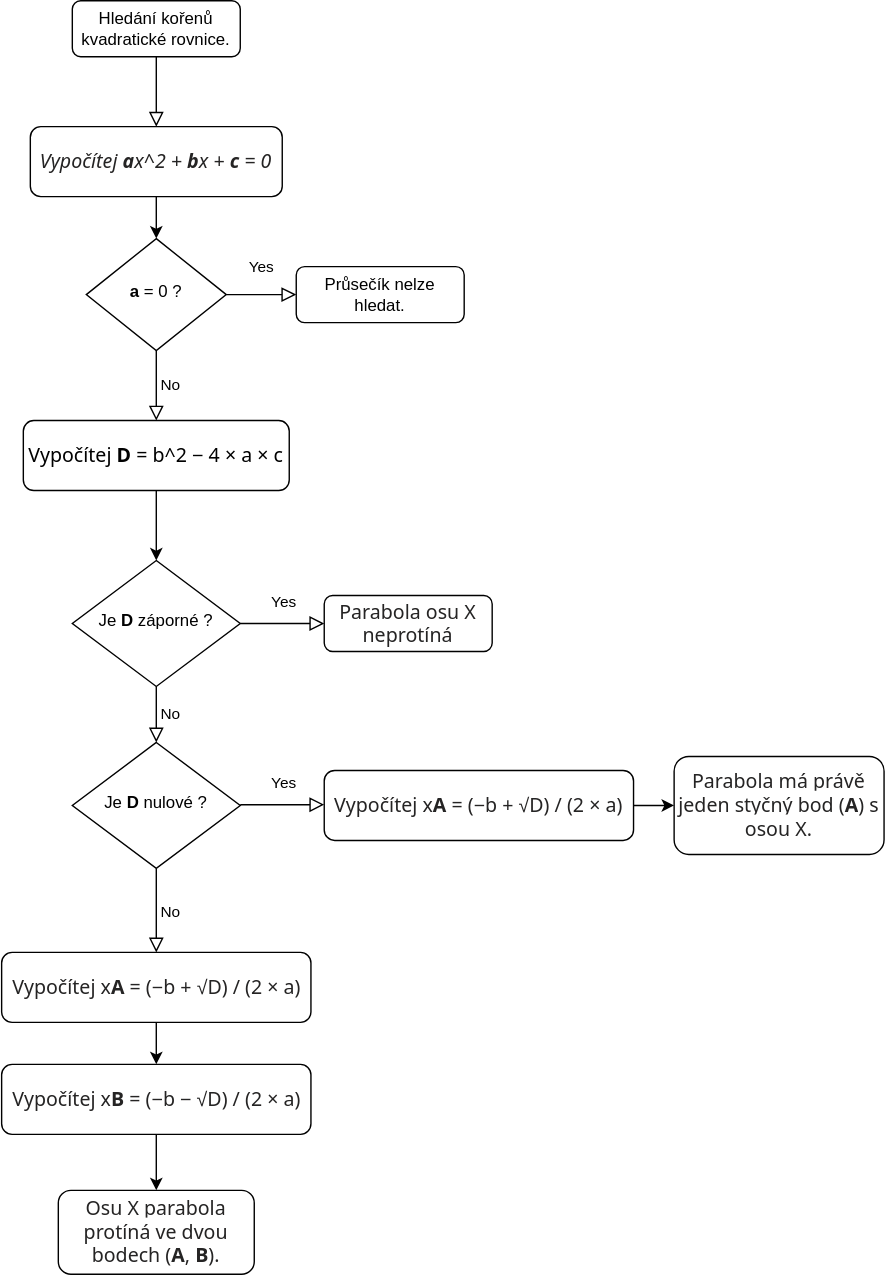
This is temp/PetrHonzejk.flowchart3.test.svg from PetrHonzejk/diagrams.net, a draw.io export, as it was before one commit. Source tidied: cells renumbered, new cells last; positions are measured from the earlier drawing's top-left corner, leaving out a move shared by most shapes.
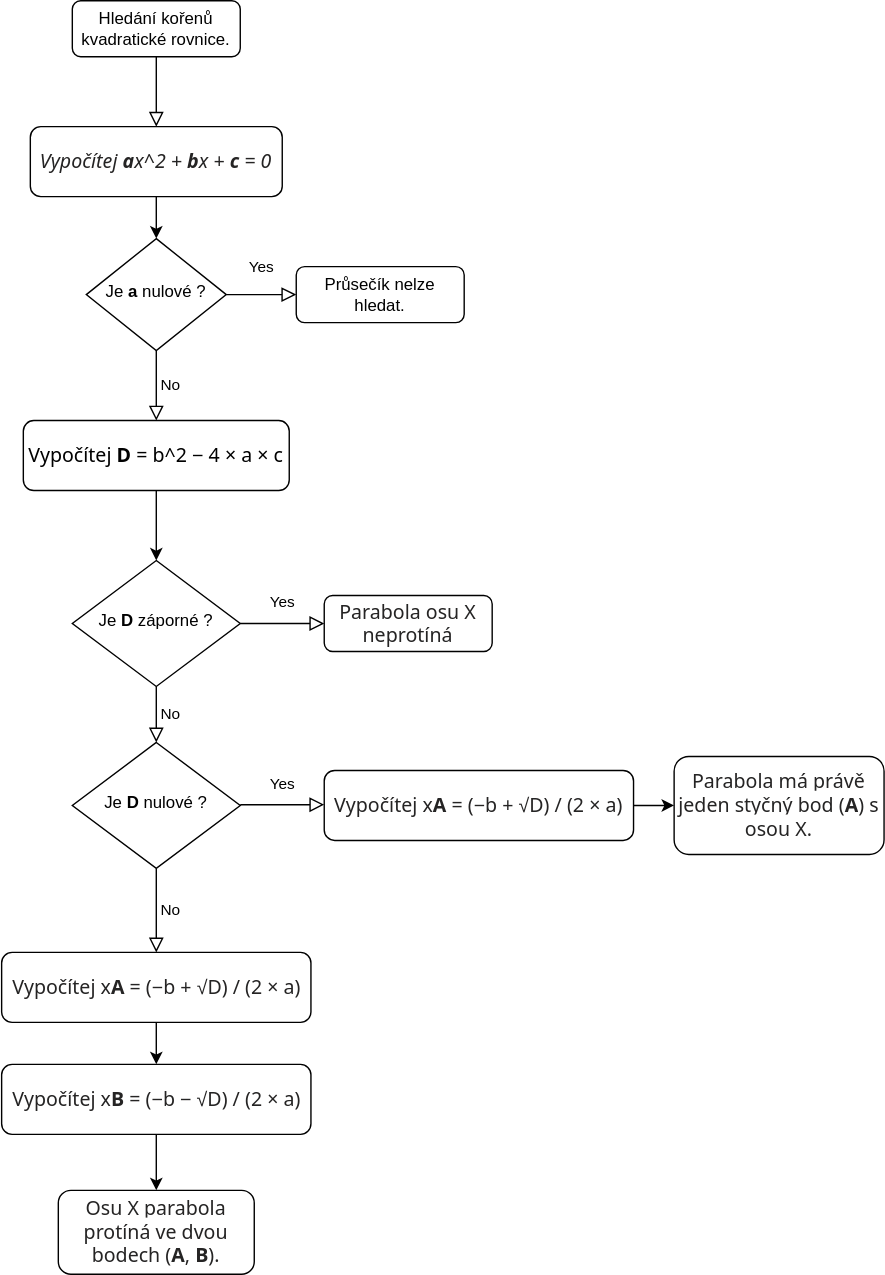
The same file after the commit.

Diff of the diagram source:
```diff
@@ -16,7 +16,7 @@
     <mxCell id="5" value="No" style="edgeStyle=orthogonalEdgeStyle;rounded=0;html=1;jettySize=auto;fontSize=11;endArrow=block;endFill=0;endSize=8;strokeWidth=1;shadow=0;labelBackgroundColor=none;exitX=0.5;exitY=1;exitDx=0;exitDy=0;entryX=0.5;entryY=0;entryDx=0;entryDy=0;" parent="1" edge="1" source="6" target="10">
       <mxGeometry y="10" relative="1" as="geometry" />
     </mxCell>
-    <mxCell id="6" value="&lt;b&gt;a&lt;/b&gt; = 0 ?" style="rhombus;whiteSpace=wrap;html=1;shadow=0;fontFamily=Helvetica;fontSize=12;align=center;strokeWidth=1;spacing=6;spacingTop=-4;" parent="1" vertex="1">
+    <mxCell id="6" value="Je&lt;b&gt; a&lt;/b&gt;&amp;nbsp;nulové ?" style="rhombus;whiteSpace=wrap;html=1;shadow=0;fontFamily=Helvetica;fontSize=12;align=center;strokeWidth=1;spacing=6;spacingTop=-4;" parent="1" vertex="1">
       <mxGeometry x="60" y="170" width="100" height="80" as="geometry" />
     </mxCell>
     <mxCell id="7" value="Průsečík nelze hledat." style="rounded=1;whiteSpace=wrap;html=1;fontSize=12;glass=0;strokeWidth=1;shadow=0;" parent="1" vertex="1">
```
